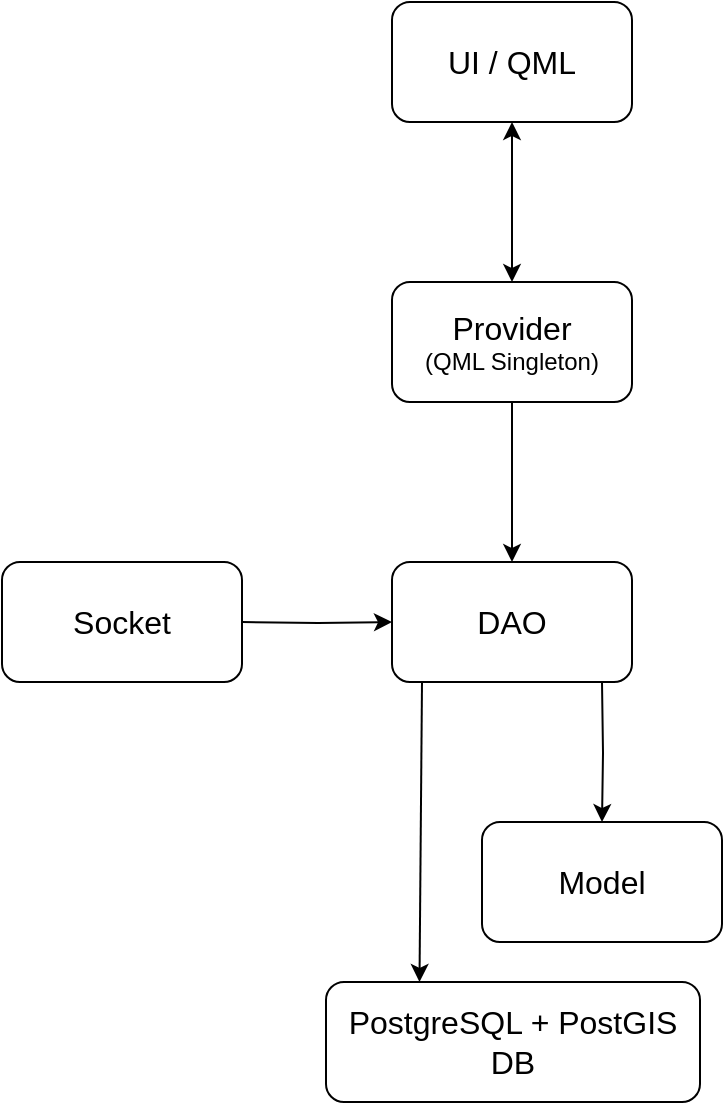
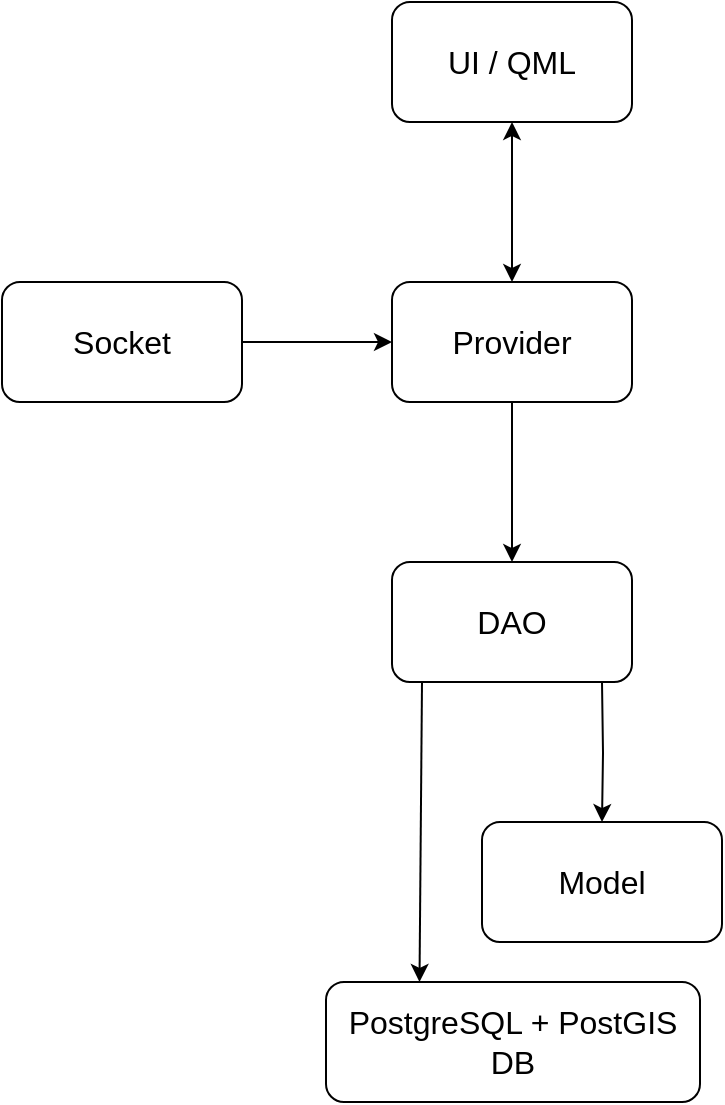
<mxfile host="app.diagrams.net">
  <diagram name="Page-1" id="Bg7NZSDq6JGfiI09S0YJ">
    <mxGraphModel dx="1414" dy="852" grid="1" gridSize="10" guides="1" tooltips="1" connect="1" arrows="1" fold="1" page="1" pageScale="1" pageWidth="850" pageHeight="1100" math="0" shadow="0">
      <root>
        <mxCell id="0" />
        <mxCell id="1" parent="0" />
        <mxCell id="BSOUsjIXkuyb5eE9APz7-1" parent="1" style="rounded=1;whiteSpace=wrap;html=1;" value="&lt;font style=&quot;font-size: 16px;&quot;&gt;UI / QML&lt;/font&gt;" vertex="1">
          <mxGeometry height="60" width="120" x="385" y="110" as="geometry" />
        </mxCell>
-         <mxCell id="BSOUsjIXkuyb5eE9APz7-3" parent="1" style="rounded=1;whiteSpace=wrap;html=1;" value="&lt;font style=&quot;font-size: 16px;&quot;&gt;Provider&lt;/font&gt;&lt;div&gt;&lt;font&gt;(QML Singleton)&lt;/font&gt;&lt;/div&gt;" vertex="1">
+         <mxCell id="BSOUsjIXkuyb5eE9APz7-3" parent="1" style="rounded=1;whiteSpace=wrap;html=1;" value="&lt;font style=&quot;font-size: 16px;&quot;&gt;Provider&lt;/font&gt;" vertex="1">
          <mxGeometry height="60" width="120" x="385" y="250" as="geometry" />
        </mxCell>
        <mxCell id="BSOUsjIXkuyb5eE9APz7-5" edge="1" parent="1" source="BSOUsjIXkuyb5eE9APz7-3" style="endArrow=classic;startArrow=classic;html=1;rounded=0;entryX=0.5;entryY=1;entryDx=0;entryDy=0;exitX=0.5;exitY=0;exitDx=0;exitDy=0;" target="BSOUsjIXkuyb5eE9APz7-1" value="">
          <mxGeometry height="50" relative="1" width="50" as="geometry">
            <mxPoint x="420" y="470" as="sourcePoint" />
            <mxPoint x="470" y="420" as="targetPoint" />
          </mxGeometry>
        </mxCell>
        <mxCell id="BSOUsjIXkuyb5eE9APz7-8" parent="1" style="rounded=1;whiteSpace=wrap;html=1;" value="&lt;font style=&quot;font-size: 16px;&quot;&gt;DAO&lt;/font&gt;" vertex="1">
          <mxGeometry height="60" width="120" x="385" y="390" as="geometry" />
        </mxCell>
        <mxCell id="BSOUsjIXkuyb5eE9APz7-9" edge="1" parent="1" source="BSOUsjIXkuyb5eE9APz7-3" style="endArrow=classic;html=1;rounded=0;exitX=0.5;exitY=1;exitDx=0;exitDy=0;entryX=0.5;entryY=0;entryDx=0;entryDy=0;" target="BSOUsjIXkuyb5eE9APz7-8" value="">
          <mxGeometry height="50" relative="1" width="50" as="geometry">
            <mxPoint x="420" y="470" as="sourcePoint" />
            <mxPoint x="470" y="420" as="targetPoint" />
          </mxGeometry>
        </mxCell>
        <mxCell id="BSOUsjIXkuyb5eE9APz7-11" parent="1" style="rounded=1;whiteSpace=wrap;html=1;" value="&lt;font style=&quot;font-size: 16px;&quot;&gt;PostgreSQL + PostGIS DB&lt;/font&gt;" vertex="1">
          <mxGeometry height="60" width="187" x="352" y="600" as="geometry" />
        </mxCell>
        <mxCell id="BSOUsjIXkuyb5eE9APz7-12" edge="1" parent="1" style="endArrow=classic;html=1;rounded=0;entryX=0.25;entryY=0;entryDx=0;entryDy=0;exitX=0.5;exitY=1;exitDx=0;exitDy=0;" target="BSOUsjIXkuyb5eE9APz7-11" value="">
          <mxGeometry height="50" relative="1" width="50" as="geometry">
            <mxPoint x="400" y="450" as="sourcePoint" />
            <mxPoint x="400.5" y="560" as="targetPoint" />
          </mxGeometry>
        </mxCell>
        <mxCell id="BSOUsjIXkuyb5eE9APz7-16" edge="1" parent="1" style="rounded=0;orthogonalLoop=1;jettySize=auto;html=1;entryX=0.5;entryY=0;entryDx=0;entryDy=0;edgeStyle=orthogonalEdgeStyle;" target="BSOUsjIXkuyb5eE9APz7-14" value="">
          <mxGeometry relative="1" as="geometry">
            <mxPoint x="490" y="450" as="sourcePoint" />
          </mxGeometry>
        </mxCell>
        <mxCell id="BSOUsjIXkuyb5eE9APz7-14" parent="1" style="rounded=1;whiteSpace=wrap;html=1;" value="&lt;font style=&quot;font-size: 16px;&quot;&gt;Model&lt;/font&gt;" vertex="1">
          <mxGeometry height="60" width="120" x="430" y="520" as="geometry" />
        </mxCell>
        <mxCell id="BSOUsjIXkuyb5eE9APz7-17" parent="1" style="rounded=1;whiteSpace=wrap;html=1;" value="&lt;font style=&quot;font-size: 16px;&quot;&gt;Socket&lt;/font&gt;" vertex="1">
-           <mxGeometry height="60" width="120" x="190" y="390" as="geometry" />
+           <mxGeometry height="60" width="120" x="190" y="250" as="geometry" />
        </mxCell>
-         <mxCell id="BSOUsjIXkuyb5eE9APz7-18" edge="1" parent="1" style="edgeStyle=orthogonalEdgeStyle;rounded=0;orthogonalLoop=1;jettySize=auto;html=1;entryX=0;entryY=0.5;entryDx=0;entryDy=0;" target="BSOUsjIXkuyb5eE9APz7-8" value="">
+         <mxCell id="BSOUsjIXkuyb5eE9APz7-18" edge="1" parent="1" style="edgeStyle=orthogonalEdgeStyle;rounded=0;orthogonalLoop=1;jettySize=auto;html=1;entryX=0;entryY=0.5;entryDx=0;entryDy=0;" value="">
          <mxGeometry relative="1" as="geometry">
-             <mxPoint x="310" y="420" as="sourcePoint" />
-             <mxPoint x="375" y="419.5" as="targetPoint" />
+             <mxPoint x="310" y="280" as="sourcePoint" />
+             <mxPoint x="385" y="280" as="targetPoint" />
          </mxGeometry>
        </mxCell>
      </root>
    </mxGraphModel>
  </diagram>
</mxfile>
